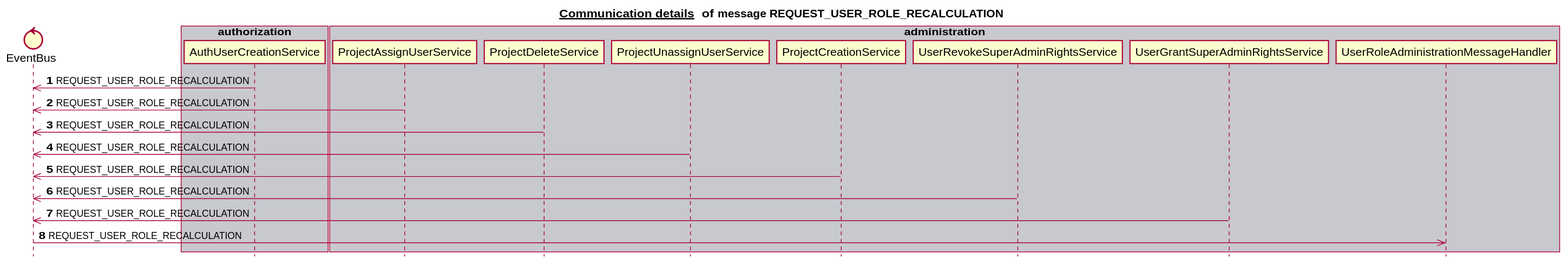
This is docs/latest/images/gen_domain_messaging_request_user_role_recalculation.svg from mercedes-benz/sechub, a PlantUML export, as it was before one commit.
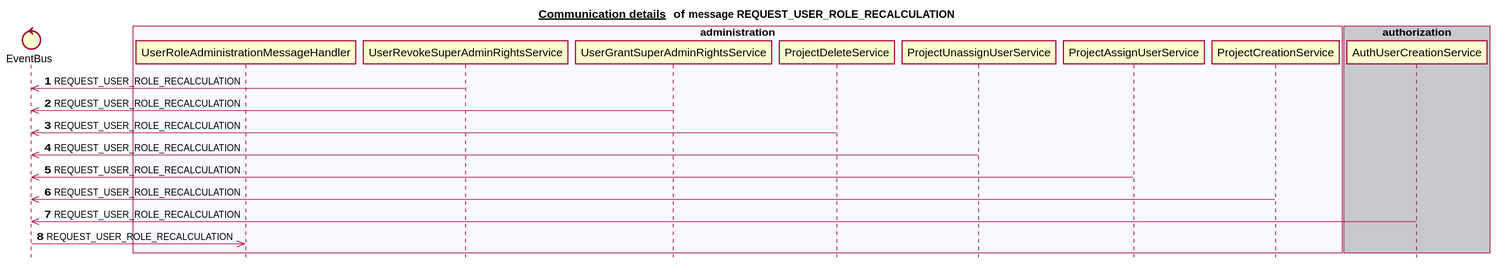
After the change.

Diff of the diagram source:
```diff
@@ -6,32 +6,32 @@
 
 
 control EventBus
+box "schedule" #C8C8CF
+end box
+box "scan" #F8F8FF
+end box
+box "notification" #C8C8CF
+end box
+box "administration" #F8F8FF
+   participant UserRoleAdministrationMessageHandler
+   participant UserRevokeSuperAdminRightsService
+   participant UserGrantSuperAdminRightsService
+   participant ProjectDeleteService
+   participant ProjectUnassignUserService
+   participant ProjectAssignUserService
+   participant ProjectCreationService
+end box
 box "authorization" #C8C8CF
    participant AuthUserCreationService
 end box
-box "scan" #F8F8FF
-end box
-box "administration" #C8C8CF
-   participant ProjectAssignUserService
-   participant ProjectDeleteService
-   participant ProjectUnassignUserService
-   participant ProjectCreationService
-   participant UserRevokeSuperAdminRightsService
-   participant UserGrantSuperAdminRightsService
-   participant UserRoleAdministrationMessageHandler
-end box
-box "schedule" #F8F8FF
-end box
-box "notification" #C8C8CF
-end box
 autonumber 1
-AuthUserCreationService ->> EventBus:REQUEST_USER_ROLE_RECALCULATION
-ProjectAssignUserService ->> EventBus:REQUEST_USER_ROLE_RECALCULATION
+UserRevokeSuperAdminRightsService ->> EventBus:REQUEST_USER_ROLE_RECALCULATION
+UserGrantSuperAdminRightsService ->> EventBus:REQUEST_USER_ROLE_RECALCULATION
 ProjectDeleteService ->> EventBus:REQUEST_USER_ROLE_RECALCULATION
 ProjectUnassignUserService ->> EventBus:REQUEST_USER_ROLE_RECALCULATION
+ProjectAssignUserService ->> EventBus:REQUEST_USER_ROLE_RECALCULATION
 ProjectCreationService ->> EventBus:REQUEST_USER_ROLE_RECALCULATION
-UserRevokeSuperAdminRightsService ->> EventBus:REQUEST_USER_ROLE_RECALCULATION
-UserGrantSuperAdminRightsService ->> EventBus:REQUEST_USER_ROLE_RECALCULATION
+AuthUserCreationService ->> EventBus:REQUEST_USER_ROLE_RECALCULATION
 EventBus ->> UserRoleAdministrationMessageHandler:REQUEST_USER_ROLE_RECALCULATION
 autonumber stop
 
```
